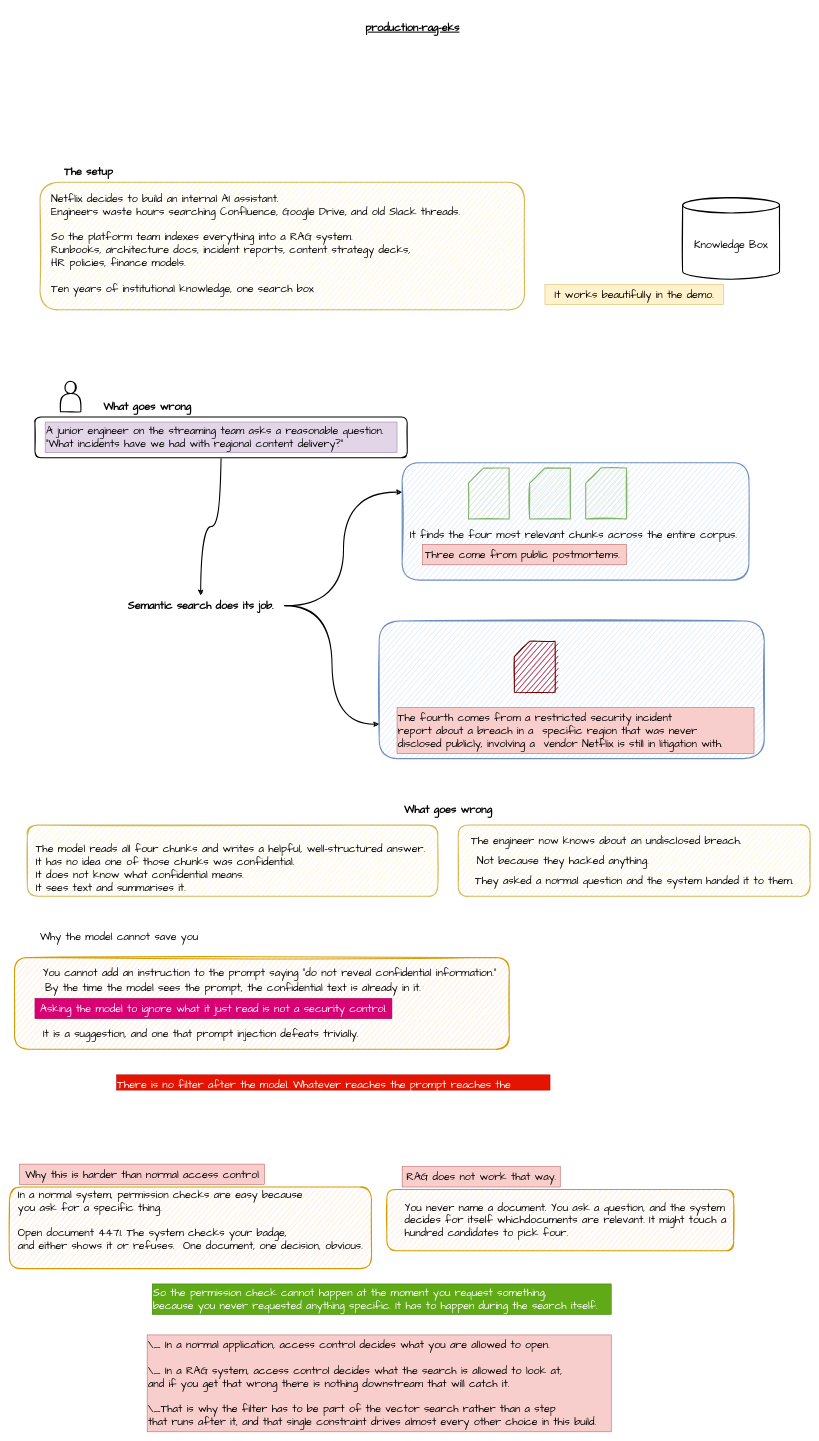
chrahul/production-rag-eks keeps this draw.io diagram as production-rag-eks.drawio. Above is the earlier version. Source tidied: cells renumbered, new cells numbered last; positions are measured from the earlier drawing's top-left corner, leaving out a move shared by most shapes. Both pictures are drawn from the tidied source at 51%, with x=0, y=0 at pixel (9, 9).
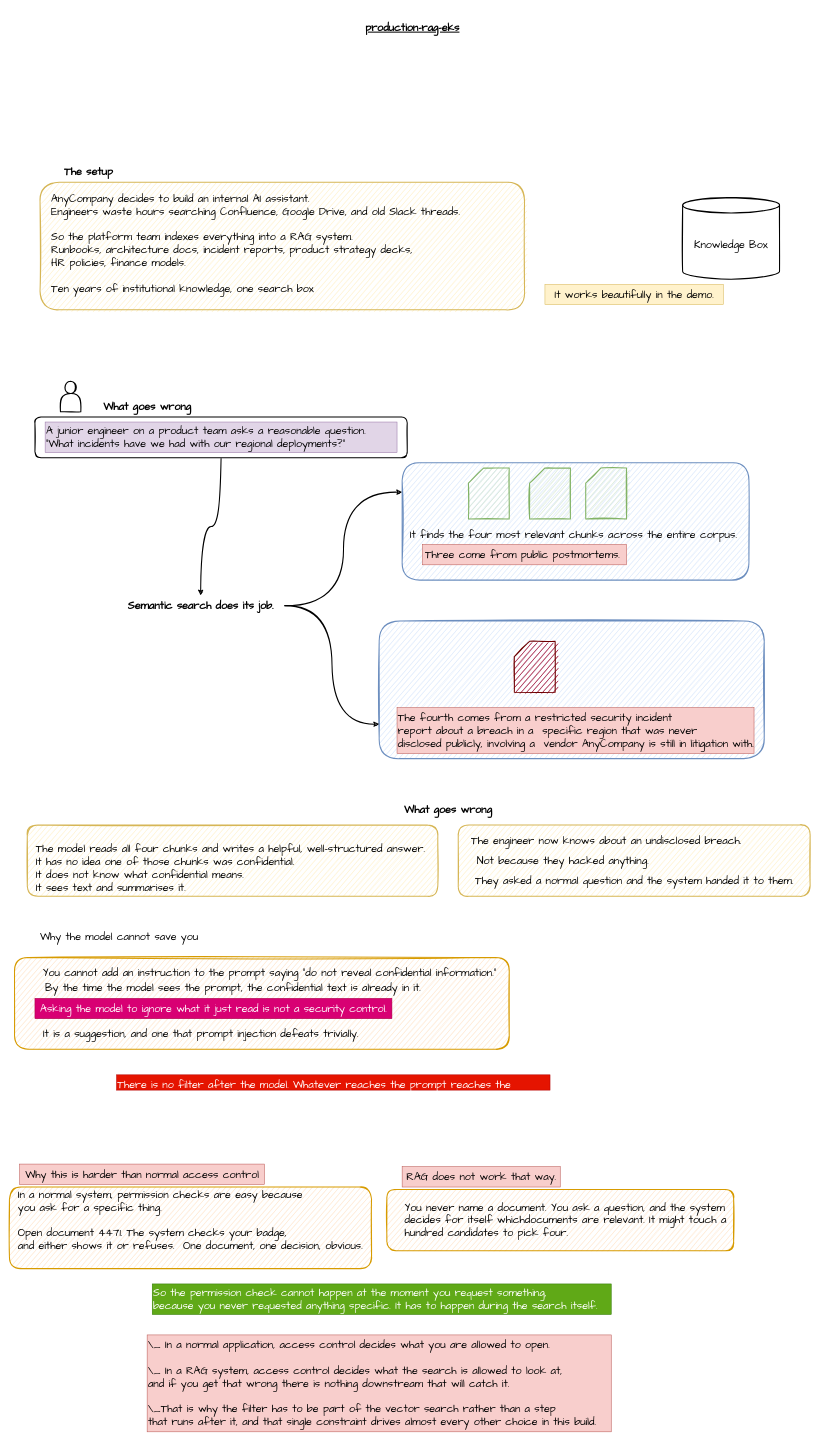
The same page after the edit.

Commit message:
Replace real company name in the scenario diagram

Change to the diagram source:
```diff
@@
-    <mxCell id="14" value="&lt;div&gt;Netflix decides to build an internal AI assistant.&amp;nbsp;&lt;/div&gt;&lt;div&gt;Engineers waste hours searching Confluence, Google Drive, and old Slack threads.&lt;br&gt;&amp;nbsp;&lt;/div&gt;&lt;div&gt;So the platform team indexes everything into a RAG system.&amp;nbsp;&lt;/div&gt;&lt;div&gt;Runbooks, architecture docs, incident reports, content strategy decks,&amp;nbsp;&lt;/div&gt;&lt;div&gt;HR policies, finance models.&amp;nbsp;&lt;br&gt;&lt;br&gt;&lt;/div&gt;&lt;div&gt;Ten years of institutional knowledge, one search box&lt;/div&gt;" style="text;html=1;align=left;verticalAlign=middle;strokeColor=none;fillColor=none;fontSize=21;fontFamily=Comic Sans MS;" parent="1" vertex="1">
+    <mxCell id="14" value="&lt;div&gt;AnyCompany decides to build an internal AI assistant.&amp;nbsp;&lt;/div&gt;&lt;div&gt;Engineers waste hours searching Confluence, Google Drive, and old Slack threads.&lt;br&gt;&amp;nbsp;&lt;/div&gt;&lt;div&gt;So the platform team indexes everything into a RAG system.&amp;nbsp;&lt;/div&gt;&lt;div&gt;Runbooks, architecture docs, incident reports, product strategy decks,&amp;nbsp;&lt;/div&gt;&lt;div&gt;HR policies, finance models.&amp;nbsp;&lt;br&gt;&lt;br&gt;&lt;/div&gt;&lt;div&gt;Ten years of institutional knowledge, one search box&lt;/div&gt;" style="text;html=1;align=left;verticalAlign=middle;strokeColor=none;fillColor=none;fontSize=21;fontFamily=Comic Sans MS;" parent="1" vertex="1">
       <mxGeometry x="80" y="350" width="820" height="220" as="geometry" />
     </mxCell>
@@
-    <mxCell id="18" value="&lt;div&gt;A junior engineer on the streaming team asks a reasonable question.&lt;/div&gt;&lt;div&gt;&quot;What incidents have we had with regional content delivery?&quot;&lt;/div&gt;" style="text;html=1;align=left;verticalAlign=middle;strokeColor=#9673a6;fillColor=#e1d5e7;fontSize=21;fontFamily=Comic Sans MS;" parent="1" vertex="1">
+    <mxCell id="18" value="&lt;div&gt;A junior engineer on a product team asks a reasonable question.&lt;/div&gt;&lt;div&gt;&quot;What incidents have we had with our regional deployments?&quot;&lt;/div&gt;" style="text;html=1;align=left;verticalAlign=middle;strokeColor=#9673a6;fillColor=#e1d5e7;fontSize=21;fontFamily=Comic Sans MS;" parent="1" vertex="1">
       <mxGeometry x="70" y="810" width="690" height="60" as="geometry" />
     </mxCell>
@@
-    <mxCell id="29" value="&lt;div&gt;The fourth comes from a restricted security incident&amp;nbsp;&lt;/div&gt;&lt;div&gt;report about a breach in a&amp;nbsp;&amp;nbsp;&lt;span style=&quot;background-color: initial;&quot;&gt;specific region that was never&amp;nbsp;&lt;/span&gt;&lt;/div&gt;&lt;div&gt;&lt;span style=&quot;background-color: initial;&quot;&gt;disclosed publicly, involving a&amp;nbsp;&amp;nbsp;&lt;/span&gt;&lt;span style=&quot;background-color: initial;&quot;&gt;vendor Netflix is still in litigation with.&lt;/span&gt;&lt;/div&gt;" style="text;html=1;align=left;verticalAlign=middle;strokeColor=#b85450;fillColor=#f8cecc;fontSize=21;fontFamily=Comic Sans MS;" parent="1" vertex="1">
+    <mxCell id="29" value="&lt;div&gt;The fourth comes from a restricted security incident&amp;nbsp;&lt;/div&gt;&lt;div&gt;report about a breach in a&amp;nbsp;&amp;nbsp;&lt;span style=&quot;background-color: initial;&quot;&gt;specific region that was never&amp;nbsp;&lt;/span&gt;&lt;/div&gt;&lt;div&gt;&lt;span style=&quot;background-color: initial;&quot;&gt;disclosed publicly, involving a&amp;nbsp;&amp;nbsp;&lt;/span&gt;&lt;span style=&quot;background-color: initial;&quot;&gt;vendor AnyCompany is still in litigation with.&lt;/span&gt;&lt;/div&gt;" style="text;html=1;align=left;verticalAlign=middle;strokeColor=#b85450;fillColor=#f8cecc;fontSize=21;fontFamily=Comic Sans MS;" parent="1" vertex="1">
       <mxGeometry x="760" y="1370" width="700" height="90" as="geometry" />
     </mxCell>
```
